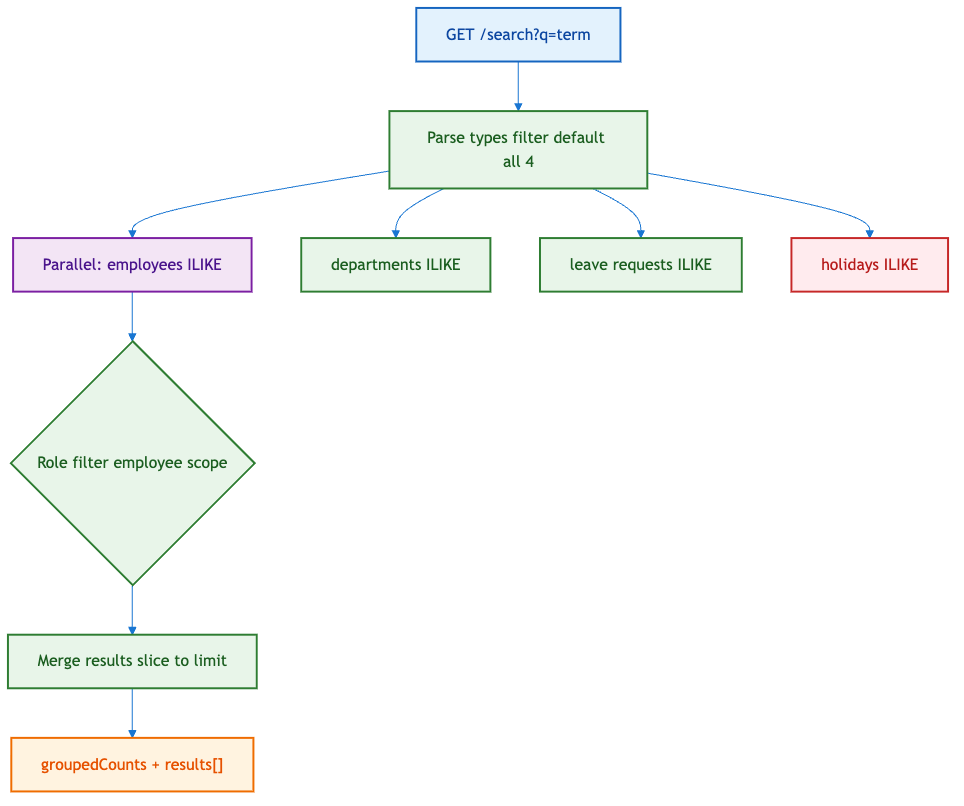
The Mermaid diagram docs/.pdf-assets/diagram-38.png in saeedafri/Employee-management-system, before a commit. Its source is kept beside it as docs/.pdf-assets/diagram-38.mmd.
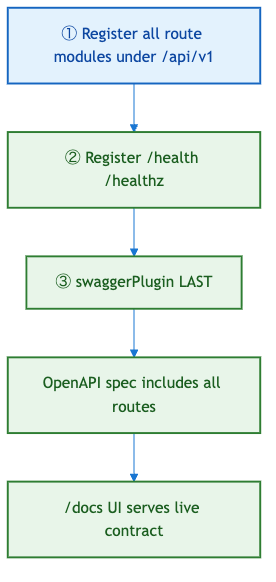
Later version of the same file.

The edit, as a diff of the source:
```diff
@@ -1,21 +1,14 @@
 flowchart TD
 %%{init: {'theme': 'base', 'themeVariables': { 'primaryColor': '#e3f2fd', 'primaryTextColor': '#1565c0', 'lineColor': '#1976d2'}}}%%
-Q["GET /search?q=term"] --> PAR["Parse types filter default all 4"]
-    PAR --> E1["Parallel: employees ILIKE"]
-    PAR --> E2["departments ILIKE"]
-    PAR --> E3["leave requests ILIKE"]
-    PAR --> E4["holidays ILIKE"]
-    E1 --> ROLE{Role filter employee scope}
-    ROLE --> MERGE["Merge results slice to limit"]
-    MERGE --> OUT["groupedCounts + results[]"]
+S1["① Register all route modules under /api/v1"] --> S2["② Register /health /healthz"]
+    S2 --> S3["③ swaggerPlugin LAST"]
+    S3 --> S4["OpenAPI spec includes all routes"]
+    S4 --> S5["/docs UI serves live contract"]
 
 classDef client fill:#e3f2fd,stroke:#1565c0,color:#0d47a1
     classDef api fill:#e8f5e9,stroke:#2e7d32,color:#1b5e20
     classDef db fill:#fff3e0,stroke:#ef6c00,color:#e65100
     classDef external fill:#f3e5f5,stroke:#7b1fa2,color:#4a148c
     classDef warn fill:#ffebee,stroke:#c62828,color:#b71c1c
-    class Q client
-    class E2,E3,MERGE,PAR,ROLE,results api
-    class OUT db
-    class E1 external
-    class E4 warn
+    class S1 client
+    class S2,S3,S4,S5 api
```
